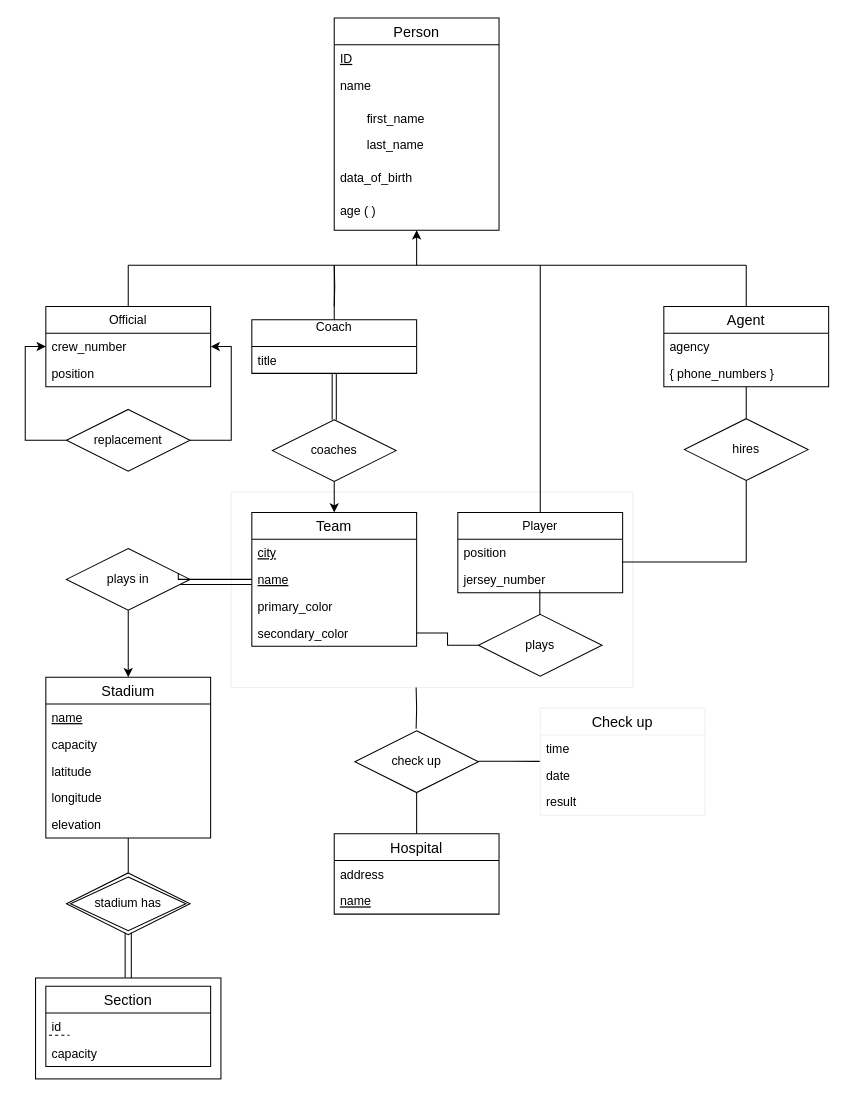
Above: problem1.drawio in JoeJonnalagadda41/DatabaseHomework1 (draw.io), before the change. Source tidied: cells renumbered, new cells numbered last; positions are measured from the earlier drawing's top-left corner, leaving out a move shared by most shapes. Both pictures are drawn from the tidied source at 103%, with x=0, y=0 at pixel (35, 18).
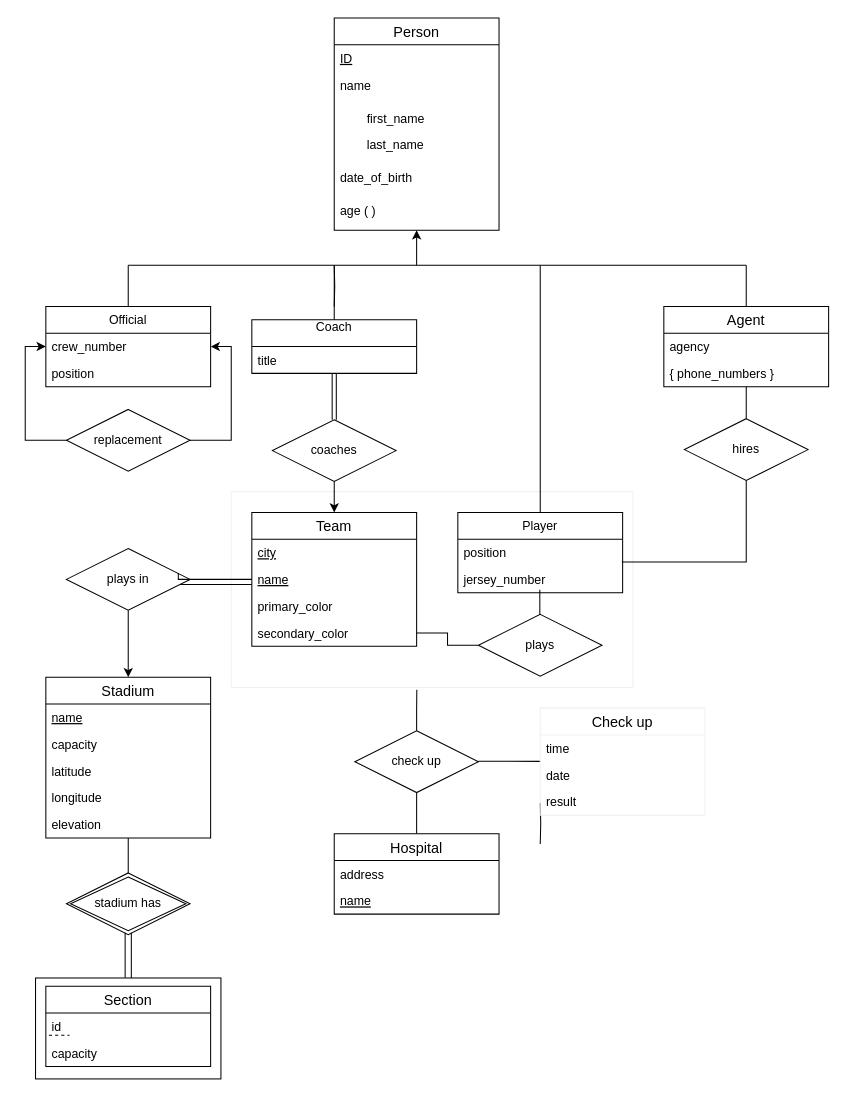
The same page after the edit.

The change refers to these unchanged cells:
```xml
<mxCell id="2" style="rounded=0;whiteSpace=wrap;html=1;strokeColor=#F0F0F0;" parent="1" vertex="1">
  <mxGeometry x="190" y="460" width="390" height="190" as="geometry" />
</mxCell>
<mxCell id="4" value="Person" style="swimlane;fontStyle=0;horizontal=1;startSize=26;align=center;fontSize=14;" parent="1" vertex="1">
  <mxGeometry x="290" width="160" height="206" as="geometry" />
</mxCell>
<mxCell id="63" value="check up" style="shape=rhombus;perimeter=rhombusPerimeter;whiteSpace=wrap;html=1;align=center;" parent="1" vertex="1">
  <mxGeometry x="310" y="692" width="120" height="60" as="geometry" />
</mxCell>
```

Change to the diagram source:
```diff
@@
-    <mxCell id="9" value="data_of_birth" style="text;strokeColor=none;fillColor=none;spacingLeft=4;spacingRight=4;overflow=hidden;fontSize=12;" parent="4" vertex="1">
+    <mxCell id="9" value="date_of_birth" style="text;strokeColor=none;fillColor=none;spacingLeft=4;spacingRight=4;overflow=hidden;fontSize=12;" parent="4" vertex="1">
       <mxGeometry y="142" width="160" height="32" as="geometry" />
     </mxCell>
@@
+    <mxCell id="76" style="edgeStyle=orthogonalEdgeStyle;rounded=0;jettySize=auto;html=1;entryX=0.462;entryY=1.011;entryDx=0;entryDy=0;entryPerimeter=0;endArrow=none;endFill=0;" parent="1" edge="1" source="63" target="2">
+      <mxGeometry relative="1" as="geometry" />
+    </mxCell>
@@
     <mxCell id="67" style="edgeStyle=orthogonalEdgeStyle;rounded=0;orthogonalLoop=1;jettySize=auto;html=1;endArrow=none;endFill=0;" parent="1" edge="1">
       <mxGeometry relative="1" as="geometry">
-        <mxPoint x="369.5" y="650" as="sourcePoint" />
-        <mxPoint x="369.5" y="690" as="targetPoint" />
+        <mxPoint x="490" y="762" as="sourcePoint" />
+        <mxPoint x="490" y="802" as="targetPoint" />
       </mxGeometry>
     </mxCell>
```
